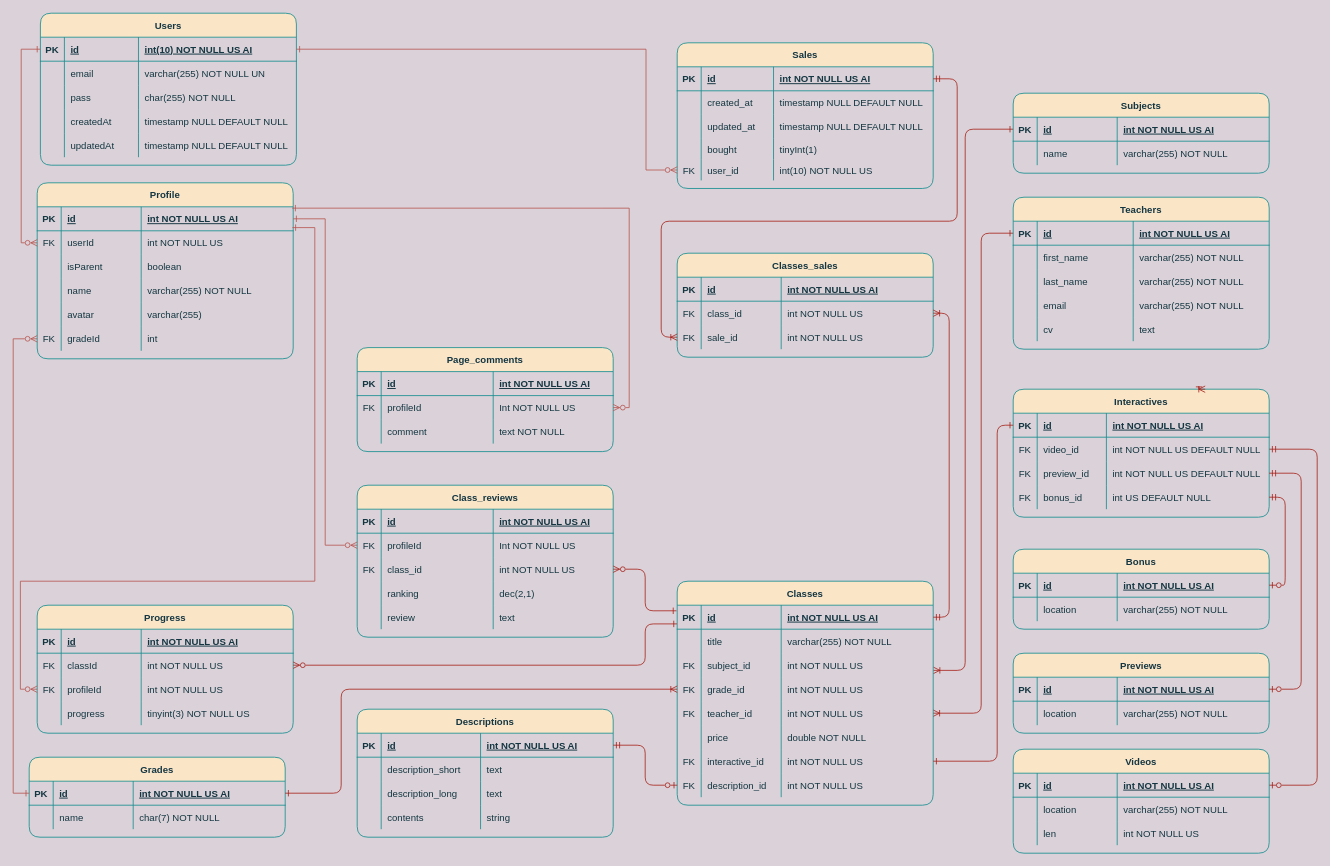
Above: MundoSapienDB.drawio in 0921CDFSNCN22LAED/grupo-02 (draw.io), before the change. Source tidied: cells renumbered, new cells numbered last; positions are measured from the earlier drawing's top-left corner, leaving out a move shared by most shapes. Both pictures are drawn from the tidied source at 80%, with x=0, y=0 at pixel (20, 13).
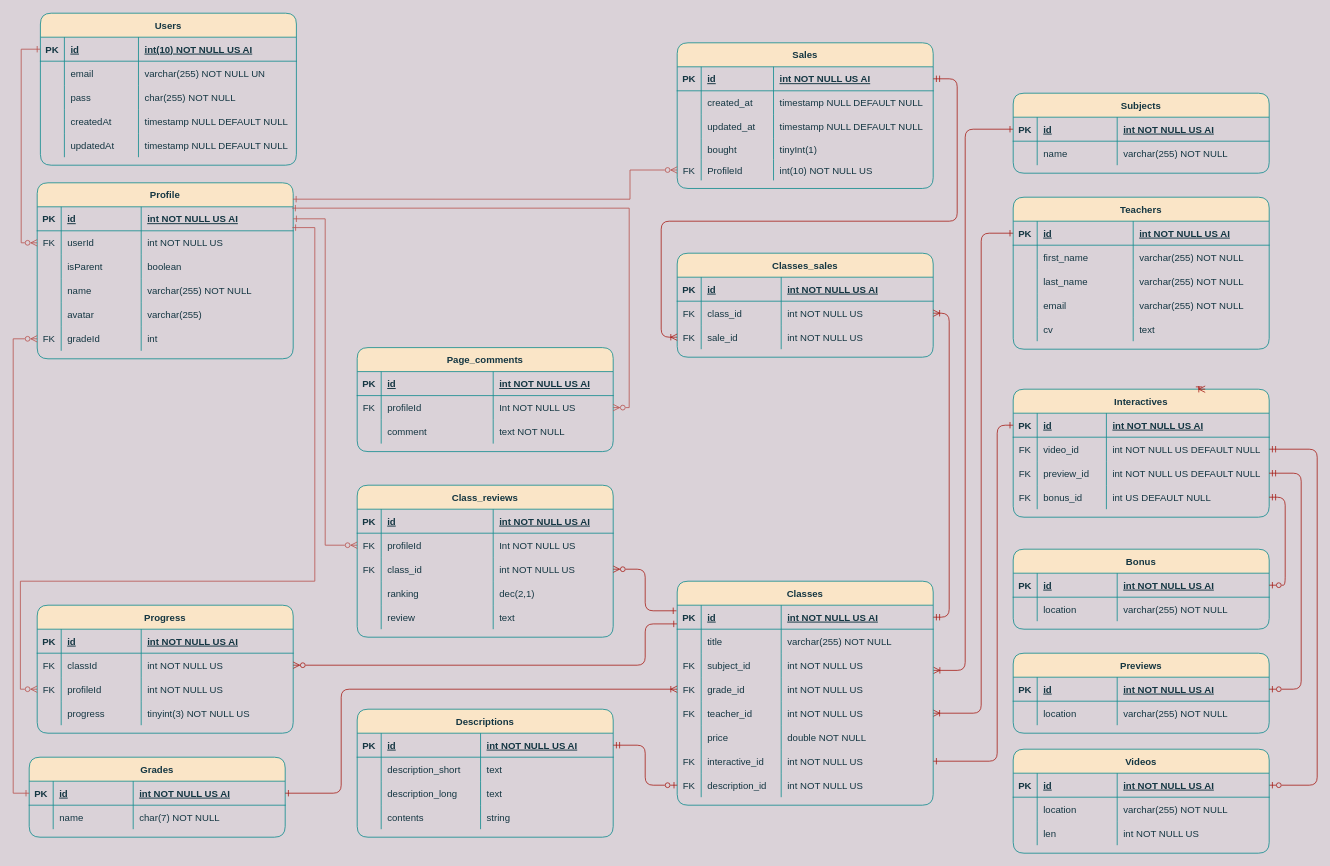
Above is the later version.

Unchanged cells that the change refers to:
```xml
<mxCell id="4" style="shape=partialRectangle;fillColor=none;points=[[0,0.5],[1,0.5]];portConstraint=eastwest;top=0;left=0;right=0;bottom=1;rounded=1;strokeColor=#0F8B8D;fontColor=#143642;" parent="3" vertex="1">
  <mxGeometry y="30" width="320" height="30" as="geometry" />
</mxCell>
<mxCell id="24" value="Profile" style="shape=table;startSize=30;childLayout=tableLayout;rowLines=0;fontStyle=1;align=center;rounded=1;fillColor=#FAE5C7;strokeColor=#0F8B8D;fontColor=#143642;" parent="1" vertex="1">
  <mxGeometry x="21" y="212" width="320" height="220" as="geometry" />
</mxCell>
<mxCell id="210" style="shape=partialRectangle;fillColor=none;points=[[0,0.5],[1,0.5]];portConstraint=eastwest;top=0;left=0;right=0;bottom=0;rounded=1;strokeColor=#0F8B8D;fontColor=#143642;" parent="193" vertex="1">
  <mxGeometry y="146" width="320" height="26" as="geometry" />
</mxCell>
```

Diff of the diagram source:
```diff
@@
-    <mxCell id="212" value="user_id  " style="shape=partialRectangle;overflow=hidden;fillColor=none;top=0;left=0;bottom=0;right=0;align=left;spacingLeft=6;rounded=1;strokeColor=#0F8B8D;fontColor=#143642;" parent="210" vertex="1">
+    <mxCell id="212" value="ProfileId" style="shape=partialRectangle;overflow=hidden;fillColor=none;top=0;left=0;bottom=0;right=0;align=left;spacingLeft=6;rounded=1;strokeColor=#0F8B8D;fontColor=#143642;" parent="210" vertex="1">
       <mxGeometry x="30" width="90.4" height="26" as="geometry" />
     </mxCell>
@@
-    <mxCell id="283" style="edgeStyle=orthogonalEdgeStyle;rounded=0;jettySize=auto;html=1;exitX=0;exitY=0.5;exitDx=0;exitDy=0;fillColor=#f8cecc;strokeColor=#b85450;startArrow=ERzeroToMany;startFill=0;endArrow=ERone;endFill=0;entryX=1;entryY=0.5;entryDx=0;entryDy=0;" parent="1" edge="1" source="210" target="4">
+    <mxCell id="283" style="edgeStyle=orthogonalEdgeStyle;rounded=0;jettySize=auto;html=1;exitX=0;exitY=0.5;exitDx=0;exitDy=0;fillColor=#f8cecc;strokeColor=#b85450;startArrow=ERzeroToMany;startFill=0;endArrow=ERone;endFill=0;entryX=0.999;entryY=0.093;entryDx=0;entryDy=0;entryPerimeter=0;" parent="1" edge="1" source="210" target="24">
       <mxGeometry relative="1" as="geometry">
         <Array as="points">
-          <mxPoint x="782" y="196" />
-          <mxPoint x="782" y="45" />
+          <mxPoint x="762" y="196" />
+          <mxPoint x="762" y="233" />
         </Array>
       </mxGeometry>
     </mxCell>
```
